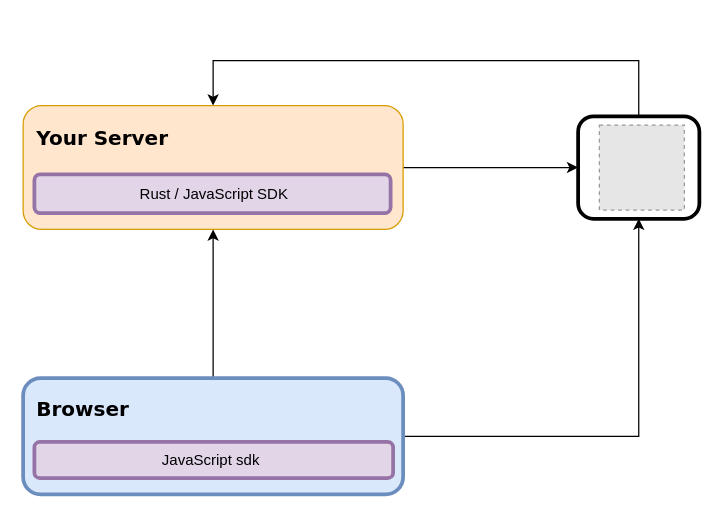
Earlier version of the draw.io diagram docs/flow.drawio (fmeringdal/nettu-scheduler). Source tidied: cells renumbered, new cells numbered last; positions are measured from the earlier drawing's top-left corner, leaving out a move shared by most shapes. Both pictures are drawn from the tidied source at 125%, with x=0, y=0 at pixel (22, 60). Pictures stored in the file or linked from it are replaced by grey dashed boxes.
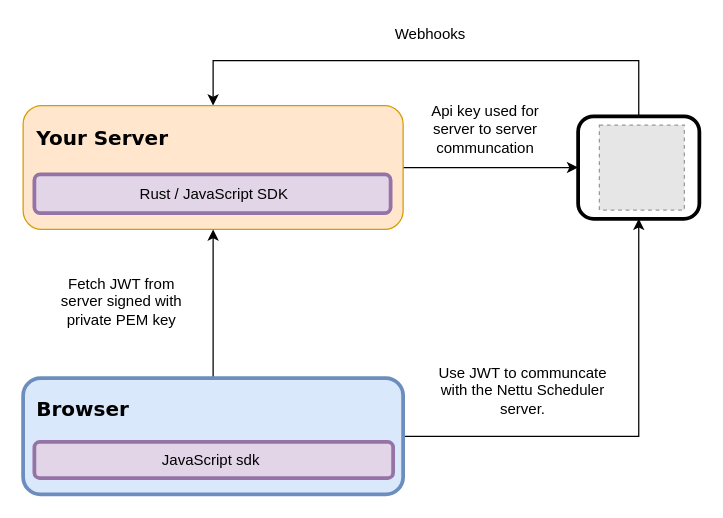
The same page after the edit.

Diff of the diagram source:
```diff
@@
+    <mxCell id="16" value="Webhooks" style="text;html=1;strokeColor=none;fillColor=none;align=center;verticalAlign=middle;whiteSpace=wrap;rounded=0;" parent="1" vertex="1">
+      <mxGeometry x="244" y="-31" width="164" height="20" as="geometry" />
+    </mxCell>
+    <mxCell id="17" value="Api key used for server to server communcation" style="text;html=1;strokeColor=none;fillColor=none;align=center;verticalAlign=middle;whiteSpace=wrap;rounded=0;" parent="1" vertex="1">
+      <mxGeometry x="309" y="44.5" width="122" height="20" as="geometry" />
+    </mxCell>
+    <mxCell id="18" value="Fetch JWT from server signed with private PEM key" style="text;html=1;strokeColor=none;fillColor=none;align=center;verticalAlign=middle;whiteSpace=wrap;rounded=0;" parent="1" vertex="1">
+      <mxGeometry x="23" y="183" width="112" height="20" as="geometry" />
+    </mxCell>
+    <mxCell id="19" value="Use JWT to communcate with the Nettu Scheduler server." style="text;html=1;strokeColor=none;fillColor=none;align=center;verticalAlign=middle;whiteSpace=wrap;rounded=0;" parent="1" vertex="1">
+      <mxGeometry x="326" y="254" width="148" height="20" as="geometry" />
+    </mxCell>
```
